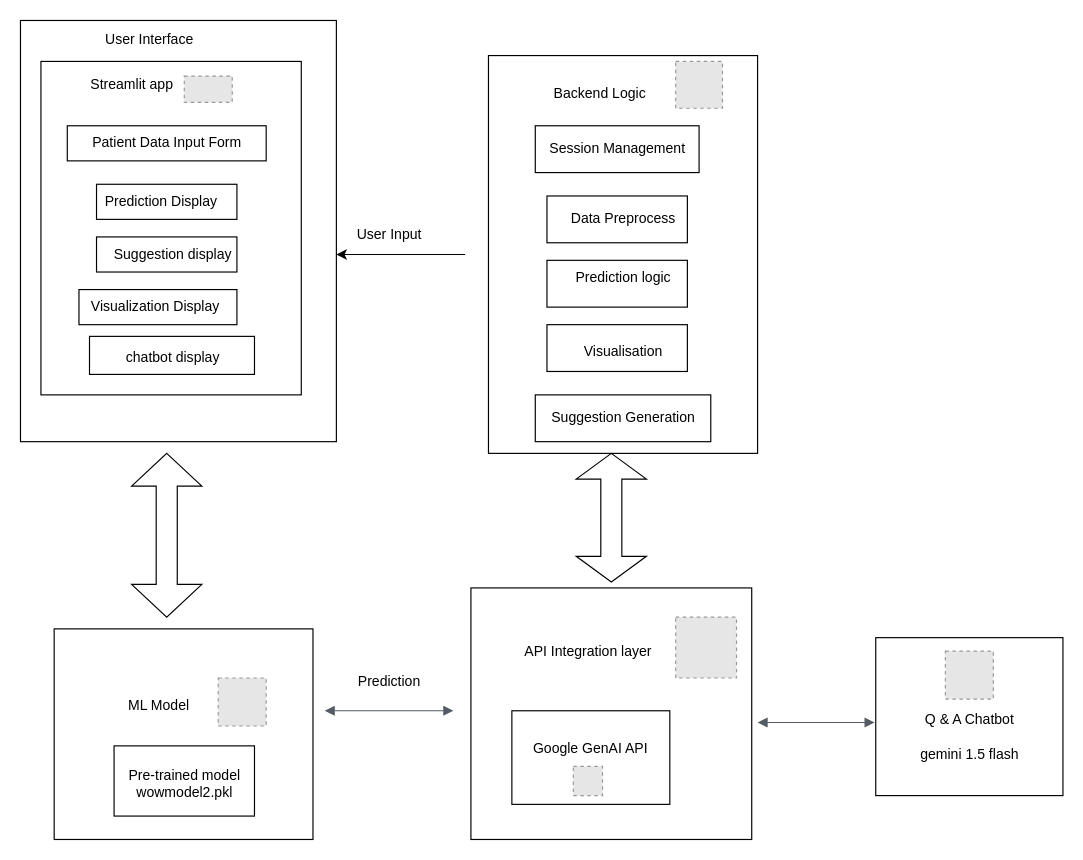
This is Untitled Diagram.drawio from malharinamdar/DiabetesCare-AI, a draw.io file, before an edit. Source tidied: cells renumbered, new cells numbered last; positions are measured from the earlier drawing's top-left corner, leaving out a move shared by most shapes. Both pictures are drawn from the tidied source at 117%, with x=0, y=0 at pixel (20, 20). Pictures stored in the file or linked from it are replaced by grey dashed boxes.
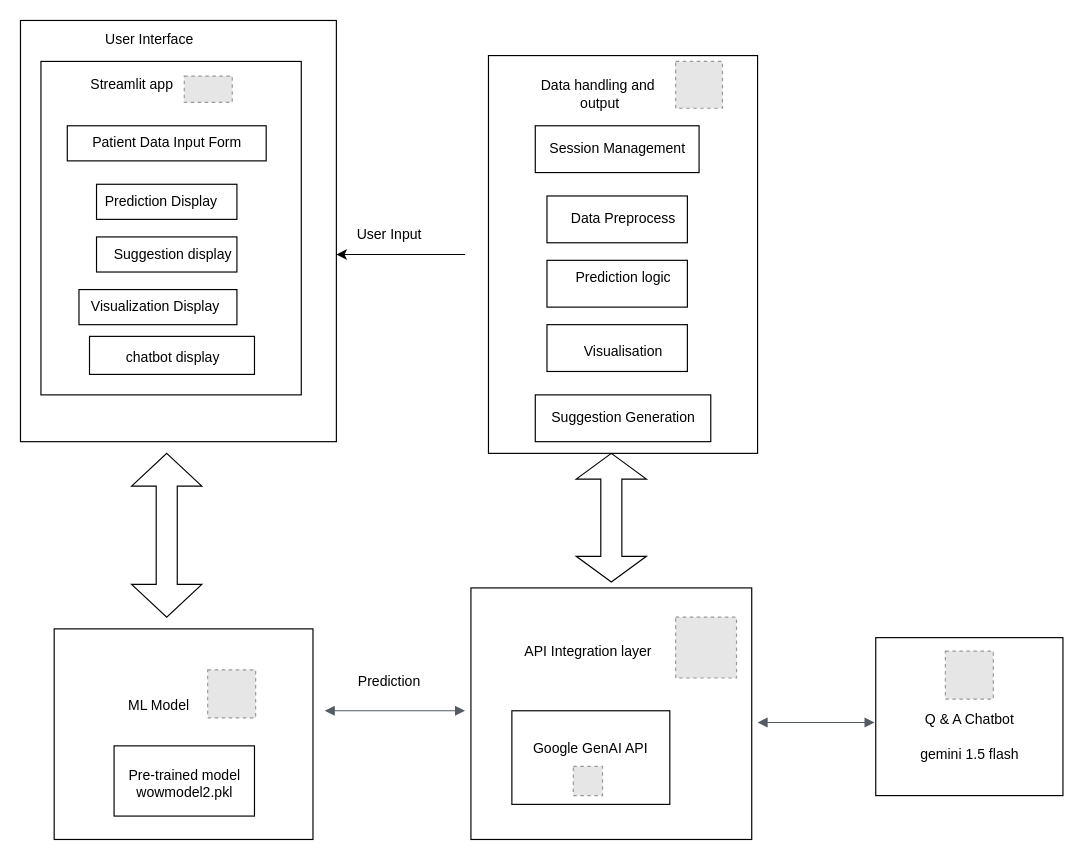
After the change.

The edit, as a diff of the source:
```diff
@@
-    <mxCell id="8" value="Backend Logic" style="text;html=1;align=center;verticalAlign=middle;strokeColor=none;fillColor=none;" parent="1" vertex="1">
-      <mxGeometry x="445" y="47.5" width="100" height="30" as="geometry" />
+    <mxCell id="8" value="Data handling and&amp;nbsp;&lt;div&gt;output&lt;/div&gt;" style="text;html=1;align=center;verticalAlign=middle;strokeColor=none;fillColor=none;" parent="1" vertex="1">
+      <mxGeometry x="435" y="42.5" width="120" height="40" as="geometry" />
     </mxCell>
@@
     <mxCell id="28" style="fillColor=#E6E6E6;strokeColor=#999999;dashed=1;verticalLabelPosition=bottom;labelBackgroundColor=default;verticalAlign=top;" parent="1" vertex="1">
-      <mxGeometry x="169" y="562" width="41" height="41" as="geometry" />
+      <mxGeometry x="160" y="555" width="41" height="41" as="geometry" />
     </mxCell>
     <mxCell id="29" style="edgeStyle=orthogonalEdgeStyle;html=1;endArrow=block;elbow=vertical;startArrow=block;startFill=1;endFill=1;strokeColor=#545B64;rounded=0;" parent="1" edge="1">
       <mxGeometry relative="1" as="geometry">
         <mxPoint x="260" y="590" as="sourcePoint" />
-        <mxPoint x="370" y="590" as="targetPoint" />
+        <mxPoint x="380" y="590" as="targetPoint" />
       </mxGeometry>
     </mxCell>
```
